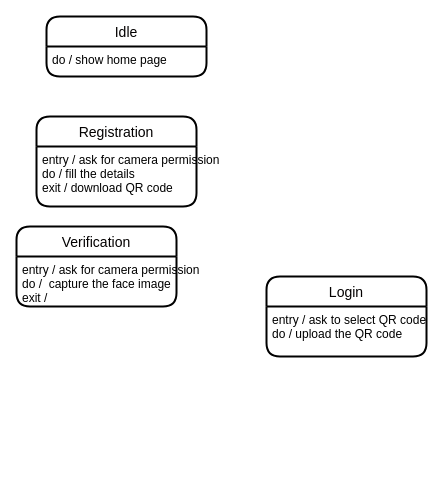
Before: StateDiagram.drawio in matic14/BLockVote-UML-Diagram, a draw.io diagram. Source tidied: cells renumbered, new cells numbered last; positions are measured from the earlier drawing's top-left corner, leaving out a move shared by most shapes. Both pictures are drawn from the tidied source at 100%, with x=0, y=0 at pixel (16, 16).
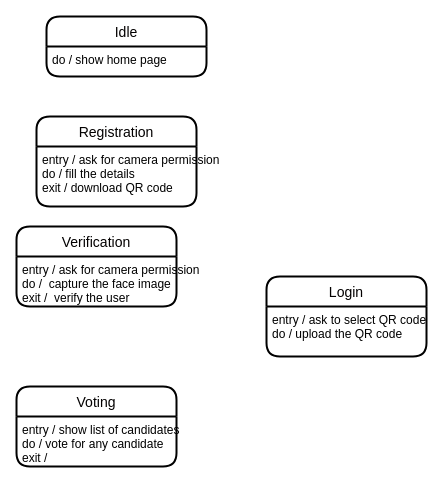
The same page after the edit.

The edit, as a diff of the source:
```diff
@@
 <mxGraphModel>
   <root>
     <mxCell id="0" />
     <mxCell id="1" parent="0" />
     <mxCell id="2" value="Idle" style="swimlane;horizontal=1;startSize=30;fillColor=#FFFFFF;fontColor=#030000;rounded=1;fontSize=14;fontStyle=0;strokeWidth=2;shadow=0;dashed=0;align=center;" parent="1" vertex="1">
       <mxGeometry x="30" width="160" height="60" as="geometry" />
     </mxCell>
     <mxCell id="3" value="do / show home page" style="align=left;strokeColor=none;fillColor=none;spacingLeft=4;fontSize=12;verticalAlign=top;" parent="2" vertex="1">
       <mxGeometry y="30" width="160" height="30" as="geometry" />
     </mxCell>
     <mxCell id="4" value="Registration" style="swimlane;horizontal=1;startSize=30;fillColor=#FFFFFF;fontColor=#030000;rounded=1;fontSize=14;fontStyle=0;strokeWidth=2;shadow=0;dashed=0;align=center;" parent="1" vertex="1">
       <mxGeometry x="20" y="100" width="160" height="90" as="geometry" />
     </mxCell>
     <mxCell id="5" value="entry / ask for camera permission&#10;do / fill the details&#10;exit / download QR code" style="align=left;strokeColor=none;fillColor=none;spacingLeft=4;fontSize=12;verticalAlign=top;" parent="4" vertex="1">
       <mxGeometry y="30" width="160" height="60" as="geometry" />
     </mxCell>
     <mxCell id="6" value="Login" style="swimlane;horizontal=1;startSize=30;fillColor=#FFFFFF;fontColor=#030000;rounded=1;fontSize=14;fontStyle=0;strokeWidth=2;shadow=0;dashed=0;align=center;" parent="1" vertex="1">
       <mxGeometry x="250" y="260" width="160" height="80" as="geometry" />
     </mxCell>
     <mxCell id="7" value="entry / ask to select QR code&#10;do / upload the QR code&#10;" style="align=left;strokeColor=none;fillColor=none;spacingLeft=4;fontSize=12;verticalAlign=top;" parent="6" vertex="1">
       <mxGeometry y="30" width="160" height="50" as="geometry" />
     </mxCell>
     <mxCell id="8" value="Verification" style="swimlane;horizontal=1;startSize=30;fillColor=#FFFFFF;fontColor=#030000;rounded=1;fontSize=14;fontStyle=0;strokeWidth=2;shadow=0;dashed=0;align=center;" parent="1" vertex="1">
       <mxGeometry y="210" width="160" height="80" as="geometry" />
     </mxCell>
-    <mxCell id="9" value="entry / ask for camera permission&#10;do /  capture the face image&#10;exit /  " style="align=left;strokeColor=none;fillColor=none;spacingLeft=4;fontSize=12;verticalAlign=top;" parent="8" vertex="1">
+    <mxCell id="9" value="entry / ask for camera permission&#10;do /  capture the face image&#10;exit /  verify the user" style="align=left;strokeColor=none;fillColor=none;spacingLeft=4;fontSize=12;verticalAlign=top;" parent="8" vertex="1">
       <mxGeometry y="30" width="160" height="50" as="geometry" />
     </mxCell>
+    <mxCell id="10" value="Voting" style="swimlane;horizontal=1;startSize=30;fillColor=#FFFFFF;fontColor=#030000;rounded=1;fontSize=14;fontStyle=0;strokeWidth=2;shadow=0;dashed=0;align=center;" parent="1" vertex="1">
+      <mxGeometry y="370" width="160" height="80" as="geometry" />
+    </mxCell>
+    <mxCell id="11" value="entry / show list of candidates&#10;do / vote for any candidate &#10;exit / " style="align=left;strokeColor=none;fillColor=none;spacingLeft=4;fontSize=12;verticalAlign=top;" parent="10" vertex="1">
+      <mxGeometry y="30" width="160" height="50" as="geometry" />
+    </mxCell>
   </root>
 </mxGraphModel>
```
